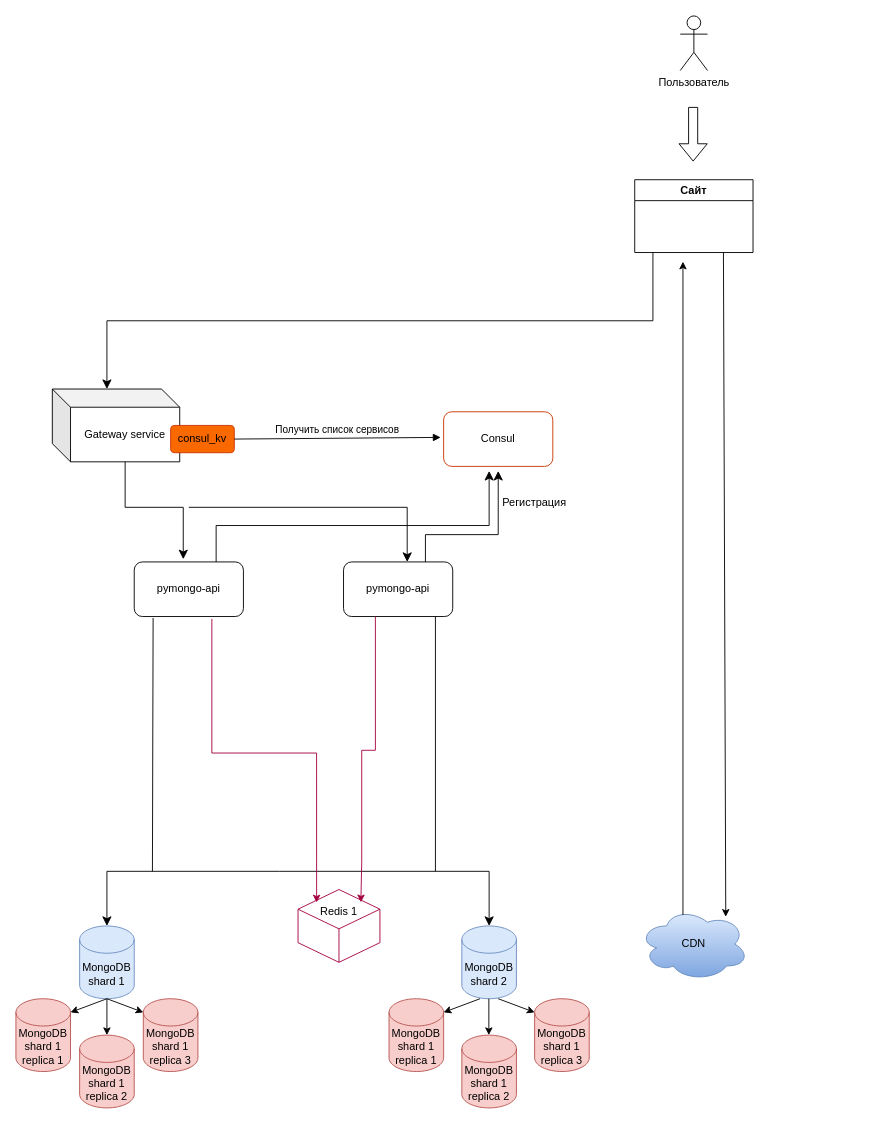
This is page "task 6 CDN" (6 of 6) of sprint2tasks.drawio from 6-abs-dev/YP_sprint2, a draw.io file, before an edit. Source tidied: cells renumbered, new cells numbered last; positions are measured from the earlier drawing's top-left corner, leaving out a move shared by most shapes. Both pictures are drawn from the tidied source at 91%, with x=0, y=0 at pixel (15, 15).
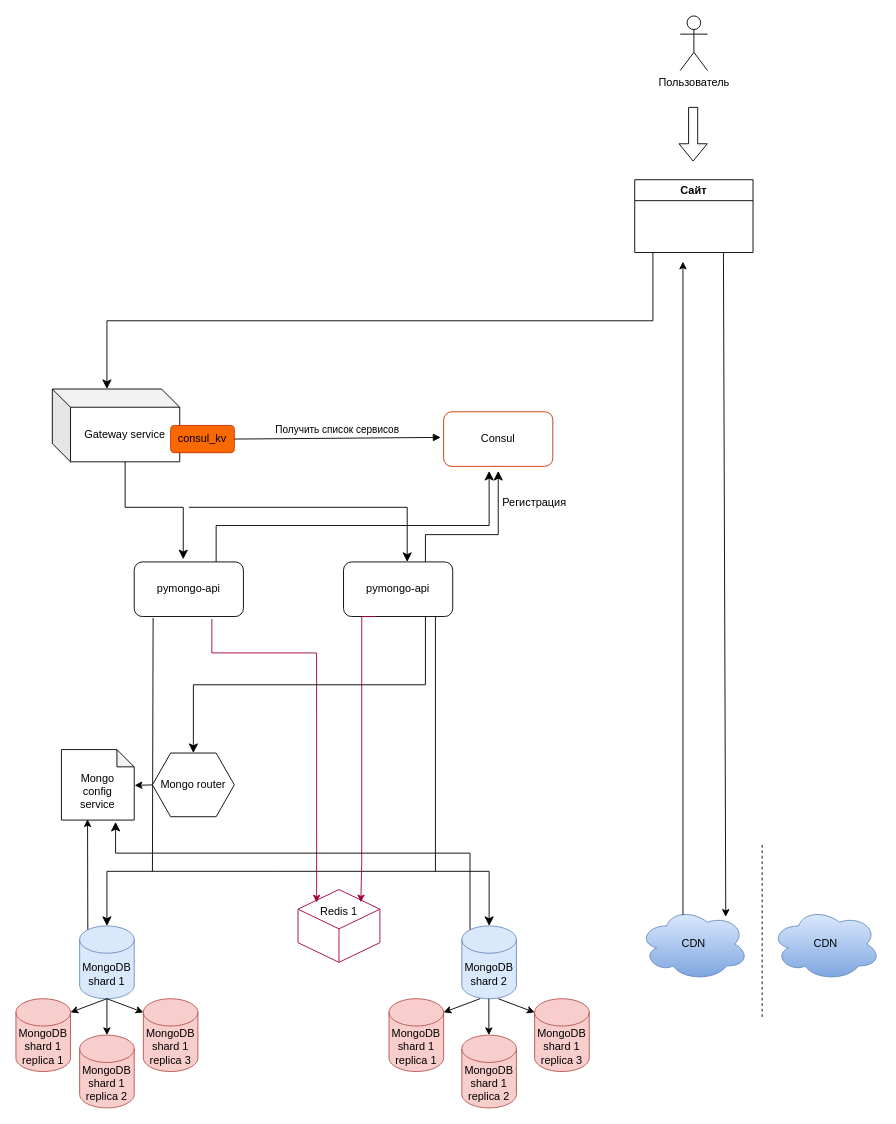
Above is the later version.

The change refers to these unchanged cells:
```xml
<mxCell id="4" value="pymongo-api" style="rounded=1;whiteSpace=wrap;html=1;" parent="1" vertex="1">
  <mxGeometry x="130" y="600" width="120" height="60" as="geometry" />
</mxCell>
<mxCell id="21" style="html=1;shape=mxgraph.basic.isocube;isoAngle=15;fillColor=none;fontColor=#ffffff;strokeColor=#A50040;" parent="1" vertex="1">
  <mxGeometry x="310" y="960" width="90" height="80" as="geometry" />
</mxCell>
<mxCell id="23" value="Redis 1" style="text;html=1;align=center;verticalAlign=middle;whiteSpace=wrap;rounded=0;" parent="1" vertex="1">
  <mxGeometry x="325" y="970" width="60" height="30" as="geometry" />
</mxCell>
```

Change to the diagram source:
```diff
@@
     <mxCell id="22" style="edgeStyle=orthogonalEdgeStyle;rounded=0;jettySize=auto;html=1;exitX=0.711;exitY=1.045;exitDx=0;exitDy=0;exitPerimeter=0;fillColor=#d80073;strokeColor=#A50040;entryX=0.227;entryY=0.178;entryDx=0;entryDy=0;entryPerimeter=0;" parent="1" edge="1" source="4" target="21">
       <mxGeometry relative="1" as="geometry">
         <Array as="points">
-          <mxPoint x="215" y="810" />
-          <mxPoint x="330" y="810" />
+          <mxPoint x="215" y="700" />
+          <mxPoint x="330" y="700" />
         </Array>
       </mxGeometry>
     </mxCell>
@@
     <mxCell id="28" style="edgeStyle=orthogonalEdgeStyle;rounded=0;jettySize=auto;html=1;exitX=0.711;exitY=1.045;exitDx=0;exitDy=0;exitPerimeter=0;fillColor=#d80073;strokeColor=#A50040;entryX=0.901;entryY=0.135;entryDx=0;entryDy=0;entryPerimeter=0;" parent="1" edge="1" target="23">
       <mxGeometry relative="1" as="geometry">
         <mxPoint x="395" y="660" as="sourcePoint" />
         <Array as="points">
-          <mxPoint x="395" y="807" />
-          <mxPoint x="380" y="807" />
+          <mxPoint x="380" y="660" />
           <mxPoint x="380" y="930" />
           <mxPoint x="379" y="930" />
         </Array>
       </mxGeometry>
     </mxCell>
@@
+    <mxCell id="42" value="Mongo router" style="shape=hexagon;perimeter=hexagonPerimeter2;whiteSpace=wrap;html=1;fixedSize=1;" parent="1" vertex="1">
+      <mxGeometry x="150" y="810" width="90" height="70" as="geometry" />
+    </mxCell>
+    <mxCell id="43" value="&lt;div&gt;&lt;br&gt;&lt;/div&gt;Mongo&lt;br&gt;config&lt;br&gt;service" style="shape=note;whiteSpace=wrap;html=1;backgroundOutline=1;darkOpacity=0.05;size=19;" parent="1" vertex="1">
+      <mxGeometry x="50" y="806.2" width="80" height="77.5" as="geometry" />
+    </mxCell>
+    <mxCell id="44" style="endArrow=classic;html=1;rounded=0;entryX=0.359;entryY=0.988;entryDx=0;entryDy=0;entryPerimeter=0;exitX=0.145;exitY=0;exitDx=0;exitDy=4.35;exitPerimeter=0;" parent="1" edge="1" target="43">
+      <mxGeometry relative="1" as="geometry">
+        <mxPoint x="79" y="1004" as="sourcePoint" />
+      </mxGeometry>
+    </mxCell>
+    <mxCell id="45" style="endArrow=classic;html=1;rounded=0;exitX=0;exitY=0.5;exitDx=0;exitDy=0;entryX=1.006;entryY=0.508;entryDx=0;entryDy=0;entryPerimeter=0;" parent="1" edge="1" source="42" target="43">
+      <mxGeometry relative="1" as="geometry" />
+    </mxCell>
+    <mxCell id="46" style="edgeStyle=elbowEdgeStyle;elbow=vertical;endArrow=classic;html=1;curved=0;rounded=0;endSize=8;startSize=8;exitX=0.145;exitY=0;exitDx=0;exitDy=4.35;exitPerimeter=0;entryX=0.744;entryY=1.025;entryDx=0;entryDy=0;entryPerimeter=0;" parent="1" edge="1" target="43">
+      <mxGeometry relative="1" as="geometry">
+        <mxPoint x="499" y="1004" as="sourcePoint" />
+        <Array as="points">
+          <mxPoint x="310" y="920" />
+        </Array>
+      </mxGeometry>
+    </mxCell>
+    <mxCell id="47" style="edgeStyle=elbowEdgeStyle;elbow=vertical;endArrow=classic;html=1;curved=0;rounded=0;endSize=8;startSize=8;exitX=0.75;exitY=1;exitDx=0;exitDy=0;entryX=0.5;entryY=0;entryDx=0;entryDy=0;" parent="1" edge="1" target="42">
+      <mxGeometry relative="1" as="geometry">
+        <mxPoint x="450" y="660" as="sourcePoint" />
+      </mxGeometry>
+    </mxCell>
+    <mxCell id="48" value="CDN" style="ellipse;shape=cloud;whiteSpace=wrap;html=1;fillColor=#dae8fc;gradientColor=#7ea6e0;strokeColor=#6c8ebf;" parent="1" vertex="1">
+      <mxGeometry x="830" y="980" width="120" height="80" as="geometry" />
+    </mxCell>
+    <mxCell id="49" style="endArrow=none;dashed=1;html=1;rounded=0;" parent="1" edge="1">
+      <mxGeometry relative="1" as="geometry">
+        <mxPoint x="820" y="1100" as="sourcePoint" />
+        <mxPoint x="820" y="910" as="targetPoint" />
+      </mxGeometry>
+    </mxCell>
```
